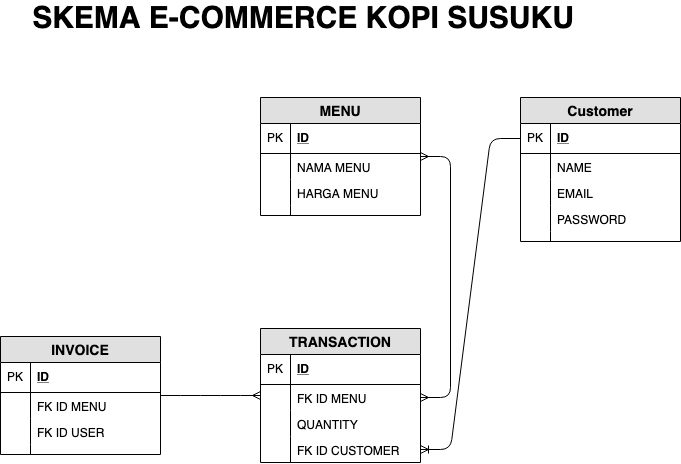
Before: Scheme/Kopi Susuku Updated.png, a diagram exported from draw.io (VincentiusPramudito/PairProjectGloryPhase1). Source tidied: cells renumbered, new cells last; positions are measured from the earlier drawing's top-left corner, leaving out a move shared by most shapes.
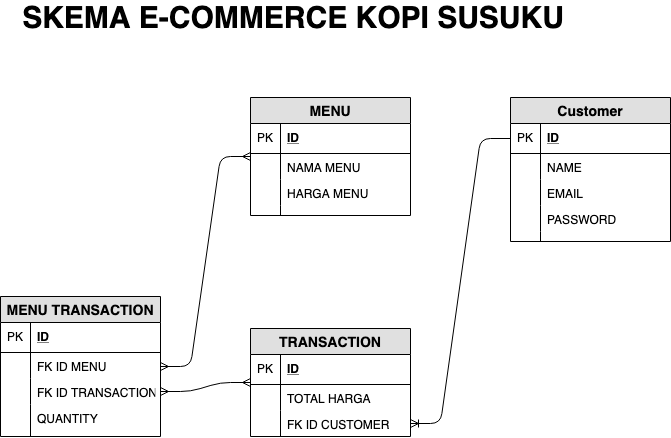
After the commit.

What changed in the source:
```diff
@@ -63,7 +63,7 @@
       <mxGeometry width="30" height="10" as="geometry" />
     </mxCell>
     <mxCell id="22" value="TRANSACTION" style="swimlane;fontStyle=1;horizontal=1;startSize=26;fillColor=#e0e0e0;swimlaneFillColor=#ffffff;align=center;fontSize=14;" parent="1" vertex="1">
-      <mxGeometry x="260" y="321" width="160" height="134" as="geometry" />
+      <mxGeometry x="260" y="321" width="160" height="108" as="geometry" />
     </mxCell>
     <mxCell id="23" value="ID" style="shape=partialRectangle;top=0;left=0;right=0;bottom=1;align=left;verticalAlign=middle;fillColor=none;spacingLeft=34;spacingRight=4;overflow=hidden;fontStyle=5;fontSize=12;" parent="22" vertex="1">
       <mxGeometry y="26" width="160" height="30" as="geometry" />
@@ -71,20 +71,14 @@
     <mxCell id="24" value="PK" style="shape=partialRectangle;top=0;left=0;bottom=0;fillColor=none;align=left;verticalAlign=middle;spacingLeft=4;spacingRight=4;overflow=hidden;fontSize=12;" parent="23" vertex="1">
       <mxGeometry width="30" height="30" as="geometry" />
     </mxCell>
-    <mxCell id="25" value="FK ID MENU" style="shape=partialRectangle;top=0;left=0;right=0;bottom=0;align=left;verticalAlign=top;fillColor=none;spacingLeft=34;spacingRight=4;overflow=hidden;points=[[0,0.5],[1,0.5]];portConstraint=eastwest;fontSize=12;fontStyle=0;" parent="22" vertex="1">
-      <mxGeometry y="56" width="160" height="26" as="geometry" />
-    </mxCell>
-    <mxCell id="26" style="shape=partialRectangle;top=0;left=0;bottom=0;fillColor=none;align=left;verticalAlign=top;spacingLeft=4;spacingRight=4;overflow=hidden;fontSize=12;" parent="25" vertex="1">
-      <mxGeometry width="30" height="26" as="geometry" />
-    </mxCell>
-    <mxCell id="27" value="QUANTITY" style="shape=partialRectangle;top=0;left=0;right=0;bottom=0;align=left;verticalAlign=top;fillColor=none;spacingLeft=34;spacingRight=4;overflow=hidden;fontSize=12;" parent="22" vertex="1">
-      <mxGeometry y="82" width="160" height="26" as="geometry" />
+    <mxCell id="27" value="TOTAL HARGA" style="shape=partialRectangle;top=0;left=0;right=0;bottom=0;align=left;verticalAlign=top;fillColor=none;spacingLeft=34;spacingRight=4;overflow=hidden;fontSize=12;" parent="22" vertex="1">
+      <mxGeometry y="56" width="160" height="26" as="geometry" />
     </mxCell>
     <mxCell id="28" style="shape=partialRectangle;top=0;left=0;bottom=0;fillColor=none;align=left;verticalAlign=top;spacingLeft=4;spacingRight=4;overflow=hidden;fontSize=12;" parent="27" vertex="1">
       <mxGeometry width="30" height="26" as="geometry" />
     </mxCell>
     <mxCell id="29" value="FK ID CUSTOMER" style="shape=partialRectangle;top=0;left=0;right=0;bottom=0;align=left;verticalAlign=top;fillColor=none;spacingLeft=34;spacingRight=4;overflow=hidden;points=[[0,0.5],[1,0.5]];portConstraint=eastwest;fontSize=12;" parent="22" vertex="1">
-      <mxGeometry y="108" width="160" height="26" as="geometry" />
+      <mxGeometry y="82" width="160" height="26" as="geometry" />
     </mxCell>
     <mxCell id="30" style="shape=partialRectangle;top=0;left=0;bottom=0;fillColor=none;align=left;verticalAlign=top;spacingLeft=4;spacingRight=4;overflow=hidden;fontSize=12;" parent="29" vertex="1">
       <mxGeometry width="30" height="26" as="geometry" />
@@ -92,8 +86,8 @@
     <mxCell id="31" value="&lt;b&gt;&lt;font style=&quot;font-size: 30px&quot;&gt;SKEMA E-COMMERCE KOPI SUSUKU&lt;/font&gt;&lt;/b&gt;" style="text;html=1;strokeColor=none;fillColor=none;align=center;verticalAlign=middle;whiteSpace=wrap;rounded=0;" parent="1" vertex="1">
       <mxGeometry x="18" width="570" height="20" as="geometry" />
     </mxCell>
-    <mxCell id="32" value="INVOICE" style="swimlane;fontStyle=1;horizontal=1;startSize=26;fillColor=#e0e0e0;swimlaneFillColor=#ffffff;align=center;fontSize=14;" parent="1" vertex="1">
-      <mxGeometry y="329" width="160" height="118" as="geometry" />
+    <mxCell id="32" value="MENU TRANSACTION" style="swimlane;fontStyle=1;horizontal=1;startSize=26;fillColor=#e0e0e0;swimlaneFillColor=#ffffff;align=center;fontSize=14;" parent="1" vertex="1">
+      <mxGeometry x="10" y="289" width="160" height="140" as="geometry" />
     </mxCell>
     <mxCell id="33" value="ID" style="shape=partialRectangle;top=0;left=0;right=0;bottom=1;align=left;verticalAlign=middle;fillColor=none;spacingLeft=34;spacingRight=4;overflow=hidden;fontStyle=5;fontSize=12;" parent="32" vertex="1">
       <mxGeometry y="26" width="160" height="30" as="geometry" />
@@ -107,26 +101,26 @@
     <mxCell id="36" style="shape=partialRectangle;top=0;left=0;bottom=0;fillColor=none;align=left;verticalAlign=top;spacingLeft=4;spacingRight=4;overflow=hidden;fontSize=12;" parent="35" vertex="1">
       <mxGeometry width="30" height="26" as="geometry" />
     </mxCell>
-    <mxCell id="37" value="FK ID USER" style="shape=partialRectangle;top=0;left=0;right=0;bottom=0;align=left;verticalAlign=top;fillColor=none;spacingLeft=34;spacingRight=4;overflow=hidden;points=[[0,0.5],[1,0.5]];portConstraint=eastwest;fontSize=12;" parent="32" vertex="1">
+    <mxCell id="37" value="FK ID TRANSACTION" style="shape=partialRectangle;top=0;left=0;right=0;bottom=0;align=left;verticalAlign=top;fillColor=none;spacingLeft=34;spacingRight=4;overflow=hidden;points=[[0,0.5],[1,0.5]];portConstraint=eastwest;fontSize=12;" parent="32" vertex="1">
       <mxGeometry y="82" width="160" height="26" as="geometry" />
     </mxCell>
     <mxCell id="38" style="shape=partialRectangle;top=0;left=0;bottom=0;fillColor=none;align=left;verticalAlign=top;spacingLeft=4;spacingRight=4;overflow=hidden;fontSize=12;" parent="37" vertex="1">
       <mxGeometry width="30" height="26" as="geometry" />
     </mxCell>
-    <mxCell id="39" style="shape=partialRectangle;top=0;left=0;right=0;bottom=0;align=left;verticalAlign=top;fillColor=none;spacingLeft=34;spacingRight=4;overflow=hidden;fontSize=12;" parent="32" vertex="1">
-      <mxGeometry y="108" width="160" height="10" as="geometry" />
+    <mxCell id="39" value="QUANTITY" style="shape=partialRectangle;top=0;left=0;right=0;bottom=0;align=left;verticalAlign=top;fillColor=none;spacingLeft=34;spacingRight=4;overflow=hidden;fontSize=12;" parent="32" vertex="1">
+      <mxGeometry y="108" width="160" height="32" as="geometry" />
     </mxCell>
     <mxCell id="40" style="shape=partialRectangle;top=0;left=0;bottom=0;fillColor=none;align=left;verticalAlign=top;spacingLeft=4;spacingRight=4;overflow=hidden;fontSize=12;" parent="39" vertex="1">
-      <mxGeometry width="30" height="10" as="geometry" />
+      <mxGeometry width="30" height="32" as="geometry" />
     </mxCell>
-    <mxCell id="41" style="edgeStyle=entityRelationEdgeStyle;fontSize=12;html=1;endArrow=ERmany;startArrow=ERmany;" parent="1" edge="1" source="25" target="13">
+    <mxCell id="41" style="edgeStyle=entityRelationEdgeStyle;fontSize=12;html=1;endArrow=ERmany;startArrow=ERmany;" parent="1" edge="1" source="32" target="13">
       <mxGeometry relative="1" as="geometry" />
     </mxCell>
     <mxCell id="42" style="edgeStyle=entityRelationEdgeStyle;fontSize=12;html=1;endArrow=ERoneToMany;" parent="1" edge="1" source="3" target="29">
       <mxGeometry relative="1" as="geometry" />
     </mxCell>
-    <mxCell id="43" style="edgeStyle=entityRelationEdgeStyle;fontSize=12;html=1;endArrow=ERmany;" parent="1" edge="1" source="32" target="22">
-      <mxGeometry relative="1" as="geometry" />
-    </mxCell>
+    <mxCell id="44" style="edgeStyle=entityRelationEdgeStyle;fontSize=12;html=1;endArrow=ERmany;startArrow=ERmany;exitX=1;exitY=0.5;exitDx=0;exitDy=0;" parent="1" edge="1" source="37" target="22">
+      <mxGeometry relative="1" as="geometry" />
+    </mxCell>
   </root>
 </mxGraphModel>
```
